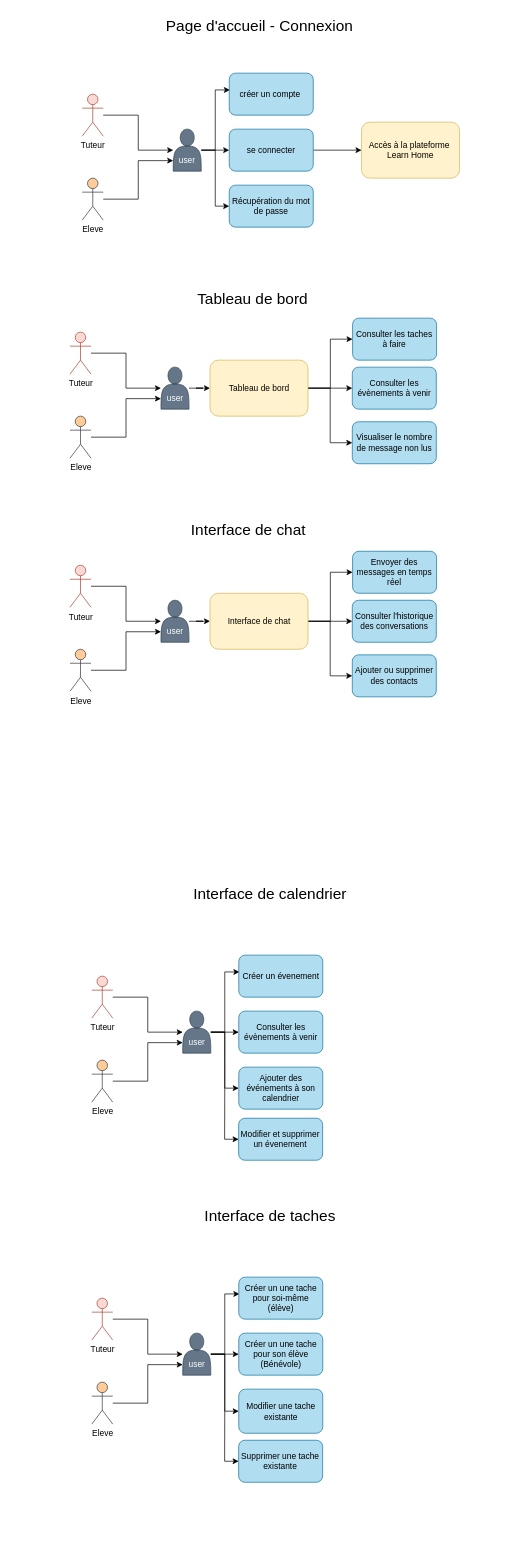
Before: Diagramme/Diagramme de cas d'usage.drawio in yazid78/Learn-Home, a draw.io diagram. Source tidied: cells renumbered, new cells numbered last; positions are measured from the earlier drawing's top-left corner, leaving out a move shared by most shapes. Both pictures are drawn from the tidied source at 70%, with x=0, y=0 at pixel (69, 12).
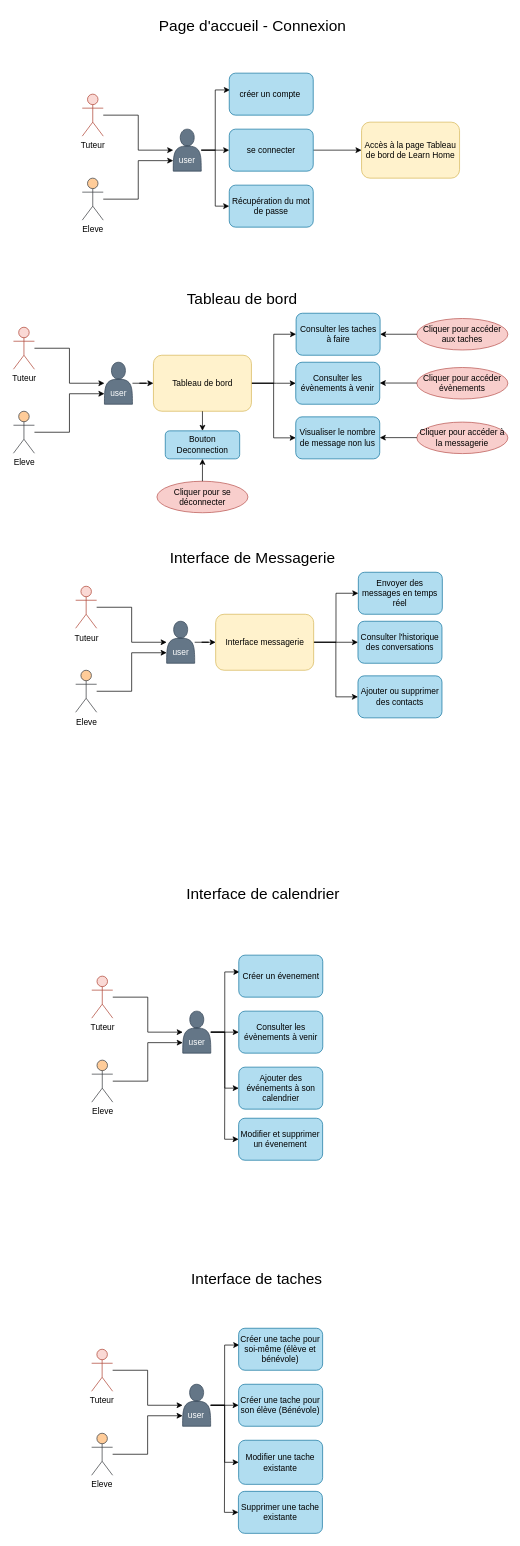
The same page after the edit.

Diff of the diagram source:
```diff
@@
-    <mxCell id="14" value="Accès à la plateforme&amp;nbsp;&lt;div&gt;Learn Home&lt;/div&gt;" style="rounded=1;whiteSpace=wrap;html=1;fillColor=#fff2cc;strokeColor=#d6b656;" parent="1" vertex="1">
+    <mxCell id="14" value="Accès à la page Tableau de bord de Learn Home" style="rounded=1;whiteSpace=wrap;html=1;fillColor=#fff2cc;strokeColor=#d6b656;" parent="1" vertex="1">
       <mxGeometry x="417" y="157" width="140" height="80" as="geometry" />
     </mxCell>
     <mxCell id="15" value="&lt;font style=&quot;font-size: 22px;&quot;&gt;Page d'accueil - Connexion&lt;/font&gt;" style="text;html=1;align=center;verticalAlign=middle;strokeColor=none;fillColor=none;" parent="1" vertex="1">
-      <mxGeometry x="125.5" width="290" height="40" as="geometry" />
+      <mxGeometry x="115.6" width="290" height="40" as="geometry" />
     </mxCell>
@@
     <mxCell id="17" value="&lt;div&gt;&lt;br&gt;&lt;/div&gt;&lt;div&gt;&lt;br&gt;&lt;/div&gt;user" style="shape=actor;whiteSpace=wrap;html=1;fillColor=#647687;fontColor=#ffffff;strokeColor=#314354;" parent="1" vertex="1">
-      <mxGeometry x="130.5" y="507" width="40" height="60" as="geometry" />
+      <mxGeometry x="49.7" y="500" width="40" height="60" as="geometry" />
     </mxCell>
@@
     <mxCell id="19" value="Tuteur" style="shape=umlActor;verticalLabelPosition=bottom;verticalAlign=top;html=1;outlineConnect=0;fillColor=#fad9d5;strokeColor=#ae4132;" parent="1" vertex="1">
-      <mxGeometry x="0.5" y="457" width="30" height="60" as="geometry" />
+      <mxGeometry x="-80.3" y="450" width="30" height="60" as="geometry" />
     </mxCell>
@@
     <mxCell id="21" value="Eleve" style="shape=umlActor;verticalLabelPosition=bottom;verticalAlign=top;html=1;outlineConnect=0;fillColor=#ffcc99;strokeColor=#36393d;" parent="1" vertex="1">
-      <mxGeometry x="0.5" y="577" width="30" height="60" as="geometry" />
+      <mxGeometry x="-80.3" y="570" width="30" height="60" as="geometry" />
     </mxCell>
     <mxCell id="22" value="Consulter les évènements à venir" style="rounded=1;whiteSpace=wrap;html=1;fillColor=#b1ddf0;strokeColor=#10739e;" parent="1" vertex="1">
-      <mxGeometry x="403.8" y="507" width="120" height="60" as="geometry" />
+      <mxGeometry x="323" y="500" width="120" height="60" as="geometry" />
     </mxCell>
     <mxCell id="23" value="Visualiser le nombre de message non lus" style="rounded=1;whiteSpace=wrap;html=1;fillColor=#b1ddf0;strokeColor=#10739e;" parent="1" vertex="1">
-      <mxGeometry x="403.8" y="585" width="120" height="60" as="geometry" />
+      <mxGeometry x="323" y="578" width="120" height="60" as="geometry" />
     </mxCell>
     <mxCell id="24" value="Consulter les taches à faire" style="rounded=1;whiteSpace=wrap;html=1;fillColor=#b1ddf0;strokeColor=#10739e;" parent="1" vertex="1">
-      <mxGeometry x="404.2" y="437" width="120" height="60" as="geometry" />
+      <mxGeometry x="323.5" y="430" width="120" height="60" as="geometry" />
     </mxCell>
     <mxCell id="25" style="edgeStyle=orthogonalEdgeStyle;rounded=0;jettySize=auto;html=1;" parent="1" edge="1" source="28" target="22">
       <mxGeometry relative="1" as="geometry">
         <Array as="points">
-          <mxPoint x="376.5" y="537" />
-          <mxPoint x="376.5" y="537" />
+          <mxPoint x="295.7" y="530" />
+          <mxPoint x="295.7" y="530" />
         </Array>
       </mxGeometry>
     </mxCell>
@@
     <mxCell id="28" value="Tableau de bord" style="rounded=1;whiteSpace=wrap;html=1;fillColor=#fff2cc;strokeColor=#d6b656;" parent="1" vertex="1">
-      <mxGeometry x="200.5" y="497" width="140" height="80" as="geometry" />
+      <mxGeometry x="119.7" y="490" width="140" height="80" as="geometry" />
     </mxCell>
     <mxCell id="29" value="&lt;span style=&quot;font-size: 22px;&quot;&gt;Tableau de bord&lt;/span&gt;" style="text;html=1;align=center;verticalAlign=middle;strokeColor=none;fillColor=none;" parent="1" vertex="1">
-      <mxGeometry x="170.5" y="390" width="180" height="40" as="geometry" />
+      <mxGeometry x="156" y="390" width="180" height="40" as="geometry" />
     </mxCell>
-    <mxCell id="30" value="&lt;font style=&quot;font-size: 22px;&quot;&gt;Interface de chat&lt;/font&gt;" style="text;html=1;align=center;verticalAlign=middle;strokeColor=none;fillColor=none;" parent="1" vertex="1">
-      <mxGeometry x="159.5" y="720" width="190" height="40" as="geometry" />
+    <mxCell id="30" value="&lt;font style=&quot;font-size: 22px;&quot;&gt;Interface de Messagerie&lt;/font&gt;" style="text;html=1;align=center;verticalAlign=middle;strokeColor=none;fillColor=none;" parent="1" vertex="1">
+      <mxGeometry x="130.6" y="760" width="260" height="40" as="geometry" />
     </mxCell>
@@
     <mxCell id="43" value="&lt;span style=&quot;font-size: 22px;&quot;&gt;Interface de calendrier&lt;/span&gt;" style="text;html=1;align=center;verticalAlign=middle;strokeColor=none;fillColor=none;" parent="1" vertex="1">
-      <mxGeometry x="165.6" y="1240" width="240" height="40" as="geometry" />
+      <mxGeometry x="156" y="1240" width="240" height="40" as="geometry" />
     </mxCell>
@@
     <mxCell id="45" value="&lt;div&gt;&lt;br&gt;&lt;/div&gt;&lt;div&gt;&lt;br&gt;&lt;/div&gt;user" style="shape=actor;whiteSpace=wrap;html=1;fillColor=#647687;fontColor=#ffffff;strokeColor=#314354;" parent="1" vertex="1">
-      <mxGeometry x="130.5" y="840" width="40" height="60" as="geometry" />
+      <mxGeometry x="138.6" y="870" width="40" height="60" as="geometry" />
     </mxCell>
@@
     <mxCell id="47" value="Tuteur" style="shape=umlActor;verticalLabelPosition=bottom;verticalAlign=top;html=1;outlineConnect=0;fillColor=#fad9d5;strokeColor=#ae4132;" parent="1" vertex="1">
-      <mxGeometry x="0.5" y="790" width="30" height="60" as="geometry" />
+      <mxGeometry x="8.6" y="820" width="30" height="60" as="geometry" />
     </mxCell>
@@
     <mxCell id="49" value="Eleve" style="shape=umlActor;verticalLabelPosition=bottom;verticalAlign=top;html=1;outlineConnect=0;fillColor=#ffcc99;strokeColor=#36393d;" parent="1" vertex="1">
-      <mxGeometry x="0.5" y="910" width="30" height="60" as="geometry" />
+      <mxGeometry x="8.6" y="940" width="30" height="60" as="geometry" />
     </mxCell>
     <mxCell id="50" value="Consulter l'historique des conversations" style="rounded=1;whiteSpace=wrap;html=1;fillColor=#b1ddf0;strokeColor=#10739e;" parent="1" vertex="1">
-      <mxGeometry x="403.8" y="840" width="120" height="60" as="geometry" />
+      <mxGeometry x="411.9" y="870" width="120" height="60" as="geometry" />
     </mxCell>
     <mxCell id="51" value="Ajouter ou supprimer des contacts" style="rounded=1;whiteSpace=wrap;html=1;fillColor=#b1ddf0;strokeColor=#10739e;" parent="1" vertex="1">
-      <mxGeometry x="403.8" y="918" width="120" height="60" as="geometry" />
+      <mxGeometry x="411.9" y="948" width="120" height="60" as="geometry" />
     </mxCell>
     <mxCell id="52" value="Envoyer des messages en temps réel" style="rounded=1;whiteSpace=wrap;html=1;fillColor=#b1ddf0;strokeColor=#10739e;" parent="1" vertex="1">
-      <mxGeometry x="404.2" y="770" width="120" height="60" as="geometry" />
+      <mxGeometry x="412.4" y="800" width="120" height="60" as="geometry" />
     </mxCell>
     <mxCell id="53" style="edgeStyle=orthogonalEdgeStyle;rounded=0;jettySize=auto;html=1;" parent="1" edge="1" source="56" target="50">
       <mxGeometry relative="1" as="geometry">
         <Array as="points">
-          <mxPoint x="376.5" y="870" />
-          <mxPoint x="376.5" y="870" />
+          <mxPoint x="384.6" y="900" />
+          <mxPoint x="384.6" y="900" />
         </Array>
       </mxGeometry>
     </mxCell>
@@
-    <mxCell id="56" value="Interface de chat" style="rounded=1;whiteSpace=wrap;html=1;fillColor=#fff2cc;strokeColor=#d6b656;" parent="1" vertex="1">
-      <mxGeometry x="200.5" y="830" width="140" height="80" as="geometry" />
+    <mxCell id="56" value="Interface messagerie" style="rounded=1;whiteSpace=wrap;html=1;fillColor=#fff2cc;strokeColor=#d6b656;" parent="1" vertex="1">
+      <mxGeometry x="208.6" y="860" width="140" height="80" as="geometry" />
     </mxCell>
@@
     <mxCell id="62" value="&lt;div&gt;&lt;br&gt;&lt;/div&gt;&lt;div&gt;&lt;br&gt;&lt;/div&gt;user" style="shape=actor;whiteSpace=wrap;html=1;fillColor=#647687;fontColor=#ffffff;strokeColor=#314354;" parent="1" vertex="1">
-      <mxGeometry x="161.6" y="1887" width="40" height="60" as="geometry" />
+      <mxGeometry x="161.4" y="1960" width="40" height="60" as="geometry" />
     </mxCell>
@@
     <mxCell id="64" value="Tuteur" style="shape=umlActor;verticalLabelPosition=bottom;verticalAlign=top;html=1;outlineConnect=0;fillColor=#fad9d5;strokeColor=#ae4132;" parent="1" vertex="1">
-      <mxGeometry x="31.6" y="1837" width="30" height="60" as="geometry" />
+      <mxGeometry x="31.4" y="1910" width="30" height="60" as="geometry" />
     </mxCell>
@@
     <mxCell id="66" value="Eleve" style="shape=umlActor;verticalLabelPosition=bottom;verticalAlign=top;html=1;outlineConnect=0;fillColor=#ffcc99;strokeColor=#36393d;" parent="1" vertex="1">
-      <mxGeometry x="31.6" y="1957" width="30" height="60" as="geometry" />
+      <mxGeometry x="31.4" y="2030" width="30" height="60" as="geometry" />
     </mxCell>
-    <mxCell id="67" value="Créer un une tache pour soi-même (élève)" style="rounded=1;whiteSpace=wrap;html=1;fillColor=#b1ddf0;strokeColor=#10739e;" parent="1" vertex="1">
-      <mxGeometry x="241.6" y="1807" width="120" height="60" as="geometry" />
+    <mxCell id="67" value="Créer une tache pour soi-même (élève et bénévole)" style="rounded=1;whiteSpace=wrap;html=1;fillColor=#b1ddf0;strokeColor=#10739e;" parent="1" vertex="1">
+      <mxGeometry x="241.4" y="1880" width="120" height="60" as="geometry" />
     </mxCell>
     <mxCell id="68" value="Modifier une tache existante" style="rounded=1;whiteSpace=wrap;html=1;fillColor=#b1ddf0;strokeColor=#10739e;" parent="1" vertex="1">
-      <mxGeometry x="241.6" y="1967" width="120" height="63" as="geometry" />
+      <mxGeometry x="241.4" y="2040" width="120" height="63" as="geometry" />
     </mxCell>
-    <mxCell id="69" value="Créer un une tache pour son élève (Bénévole)" style="rounded=1;whiteSpace=wrap;html=1;fillColor=#b1ddf0;strokeColor=#10739e;" parent="1" vertex="1">
-      <mxGeometry x="241.6" y="1887" width="120" height="60" as="geometry" />
+    <mxCell id="69" value="Créer une tache pour son élève (Bénévole)" style="rounded=1;whiteSpace=wrap;html=1;fillColor=#b1ddf0;strokeColor=#10739e;" parent="1" vertex="1">
+      <mxGeometry x="241.4" y="1960" width="120" height="60" as="geometry" />
     </mxCell>
     <mxCell id="70" value="&lt;span style=&quot;font-size: 22px;&quot;&gt;Interface de taches&lt;/span&gt;" style="text;html=1;align=center;verticalAlign=middle;strokeColor=none;fillColor=none;" parent="1" vertex="1">
-      <mxGeometry x="180.6" y="1700" width="210" height="40" as="geometry" />
+      <mxGeometry x="161.6" y="1790" width="210" height="40" as="geometry" />
     </mxCell>
     <mxCell id="71" value="Supprimer une tache existante" style="rounded=1;whiteSpace=wrap;html=1;fillColor=#b1ddf0;strokeColor=#10739e;" parent="1" vertex="1">
-      <mxGeometry x="241.4" y="2040" width="120" height="60" as="geometry" />
+      <mxGeometry x="241.1" y="2113" width="120" height="60" as="geometry" />
     </mxCell>
+    <mxCell id="72" value="Cliquer pour accéder aux taches" style="ellipse;whiteSpace=wrap;html=1;fillColor=#f8cecc;strokeColor=#b85450;" parent="1" vertex="1">
+      <mxGeometry x="496" y="437.5" width="130" height="45" as="geometry" />
+    </mxCell>
+    <mxCell id="73" value="Cliquer pour accéder évènements" style="ellipse;whiteSpace=wrap;html=1;fillColor=#f8cecc;strokeColor=#b85450;" parent="1" vertex="1">
+      <mxGeometry x="496" y="507.5" width="130" height="45" as="geometry" />
+    </mxCell>
+    <mxCell id="74" value="Cliquer pour accéder à la messagerie" style="ellipse;whiteSpace=wrap;html=1;fillColor=#f8cecc;strokeColor=#b85450;" parent="1" vertex="1">
+      <mxGeometry x="496" y="585.5" width="130" height="45" as="geometry" />
+    </mxCell>
+    <mxCell id="75" value="Bouton Deconnection" style="rounded=1;whiteSpace=wrap;html=1;fillColor=#b1ddf0;strokeColor=#10739e;" parent="1" vertex="1">
+      <mxGeometry x="136.6" y="598" width="106.3" height="40" as="geometry" />
+    </mxCell>
+    <mxCell id="76" style="endArrow=classic;html=1;rounded=0;entryX=0.5;entryY=0;entryDx=0;entryDy=0;exitX=0.5;exitY=1;exitDx=0;exitDy=0;" parent="1" edge="1" source="28" target="75">
+      <mxGeometry relative="1" as="geometry" />
+    </mxCell>
+    <mxCell id="77" value="Cliquer pour se déconnecter" style="ellipse;whiteSpace=wrap;html=1;fillColor=#f8cecc;strokeColor=#b85450;" parent="1" vertex="1">
+      <mxGeometry x="124.7" y="670" width="130" height="45" as="geometry" />
+    </mxCell>
+    <mxCell id="78" style="endArrow=classic;html=1;rounded=0;exitX=0.5;exitY=0;exitDx=0;exitDy=0;entryX=0.5;entryY=1;entryDx=0;entryDy=0;" parent="1" edge="1" source="77" target="75">
+      <mxGeometry relative="1" as="geometry" />
+    </mxCell>
+    <mxCell id="79" style="endArrow=classic;html=1;rounded=0;entryX=1;entryY=0.5;entryDx=0;entryDy=0;exitX=0;exitY=0.5;exitDx=0;exitDy=0;" parent="1" edge="1" source="72" target="24">
+      <mxGeometry relative="1" as="geometry" />
+    </mxCell>
+    <mxCell id="80" style="endArrow=classic;html=1;rounded=0;entryX=1;entryY=0.5;entryDx=0;entryDy=0;exitX=0;exitY=0.5;exitDx=0;exitDy=0;" parent="1" edge="1">
+      <mxGeometry relative="1" as="geometry">
+        <mxPoint x="496" y="529.7" as="sourcePoint" />
+        <mxPoint x="443" y="529.7" as="targetPoint" />
+      </mxGeometry>
+    </mxCell>
+    <mxCell id="81" style="endArrow=classic;html=1;rounded=0;entryX=1;entryY=0.5;entryDx=0;entryDy=0;exitX=0;exitY=0.5;exitDx=0;exitDy=0;" parent="1" edge="1">
+      <mxGeometry relative="1" as="geometry">
+        <mxPoint x="496" y="607.7" as="sourcePoint" />
+        <mxPoint x="443" y="607.7" as="targetPoint" />
+      </mxGeometry>
+    </mxCell>
```
